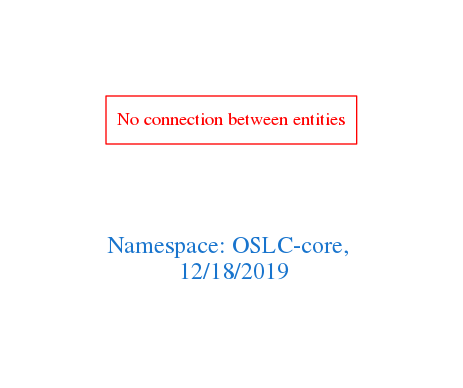
This is downloads/OSLC-core.png from arago/OGIT, a Graphviz export, as it was before one commit. Its source is kept beside it as downloads/OSLC-core.dot.
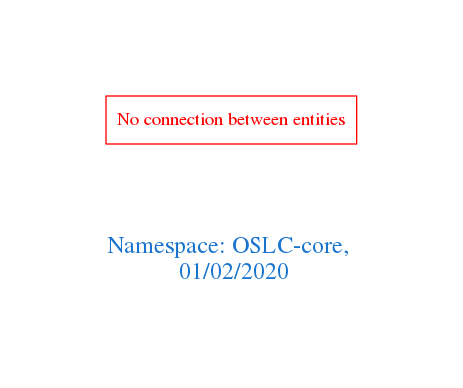
After the commit.

Change to the diagram source:
```diff
@@ -1,7 +1,7 @@
 digraph OGIT_ontology {
  graph [ rankdir= LR,pad=1
 fontsize = 18,
-fontcolor= dodgerblue3,label = "\n\n\nNamespace: OSLC-core, \n 12/18/2019"];
+fontcolor= dodgerblue3,label = "\n\n\nNamespace: OSLC-core, \n 01/02/2020"];
 node[shape=polygon];
 edge [  color="gray81"];
 
```
